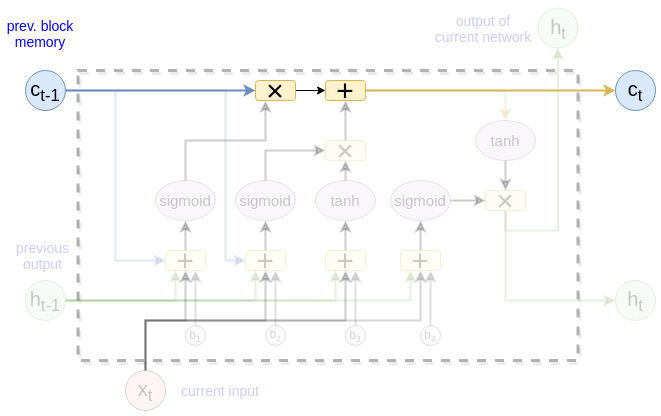
The draw.io diagram assets/img/notes/lstm_2.png in tosterius/tosterius, before a commit. Source tidied: cells renumbered, new cells last; positions are measured from the earlier drawing's top-left corner, leaving out a move shared by most shapes.
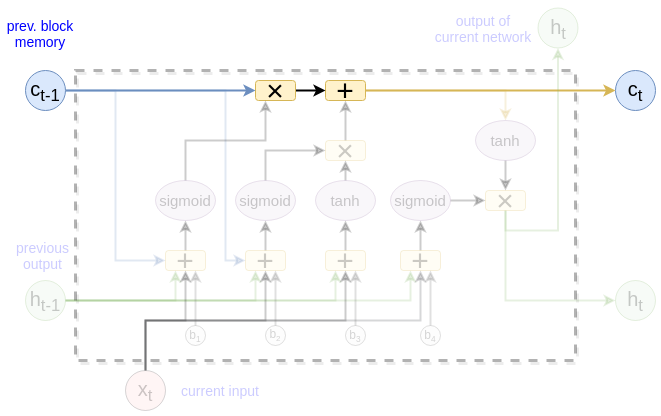
Above is the later version.

Commit message:
+=lstm notes

The edit, as a diff of the source:
```diff
@@ -35,7 +35,7 @@
     <mxCell id="12" value="&lt;span style=&quot;font-size: 30px&quot;&gt;×&lt;/span&gt;" style="rounded=1;whiteSpace=wrap;html=1;fillColor=#fff2cc;strokeColor=#d6b656;opacity=20;textOpacity=20;" parent="1" vertex="1">
       <mxGeometry x="320" y="135" width="40" height="20" as="geometry" />
     </mxCell>
-    <mxCell id="13" style="edgeStyle=orthogonalEdgeStyle;rounded=0;jettySize=auto;html=1;exitX=1;exitY=0.5;exitDx=0;exitDy=0;entryX=0;entryY=0.5;entryDx=0;entryDy=0;startArrow=none;startFill=0;endArrow=classic;endFill=1;" parent="1" edge="1" source="14" target="10">
+    <mxCell id="13" style="edgeStyle=orthogonalEdgeStyle;rounded=0;jettySize=auto;html=1;exitX=1;exitY=0.5;exitDx=0;exitDy=0;entryX=0;entryY=0.5;entryDx=0;entryDy=0;startArrow=none;startFill=0;endArrow=classic;endFill=1;strokeWidth=2;" parent="1" edge="1" source="14" target="10">
       <mxGeometry relative="1" as="geometry" />
     </mxCell>
     <mxCell id="14" value="&lt;span style=&quot;font-size: 30px&quot;&gt;×&lt;/span&gt;" style="rounded=1;whiteSpace=wrap;html=1;fillColor=#fff2cc;strokeColor=#d6b656;" parent="1" vertex="1">
@@ -184,7 +184,7 @@
       <mxGeometry x="427.5" width="100" height="45" as="geometry" />
     </mxCell>
     <mxCell id="59" style="rounded=0;whiteSpace=wrap;html=1;shadow=1;dashed=1;strokeWidth=3;fillColor=none;opacity=30;" parent="1" vertex="1">
-      <mxGeometry x="72.5" y="65" width="500" height="290" as="geometry" />
+      <mxGeometry x="70" y="65" width="500" height="290" as="geometry" />
     </mxCell>
   </root>
 </mxGraphModel>
```
